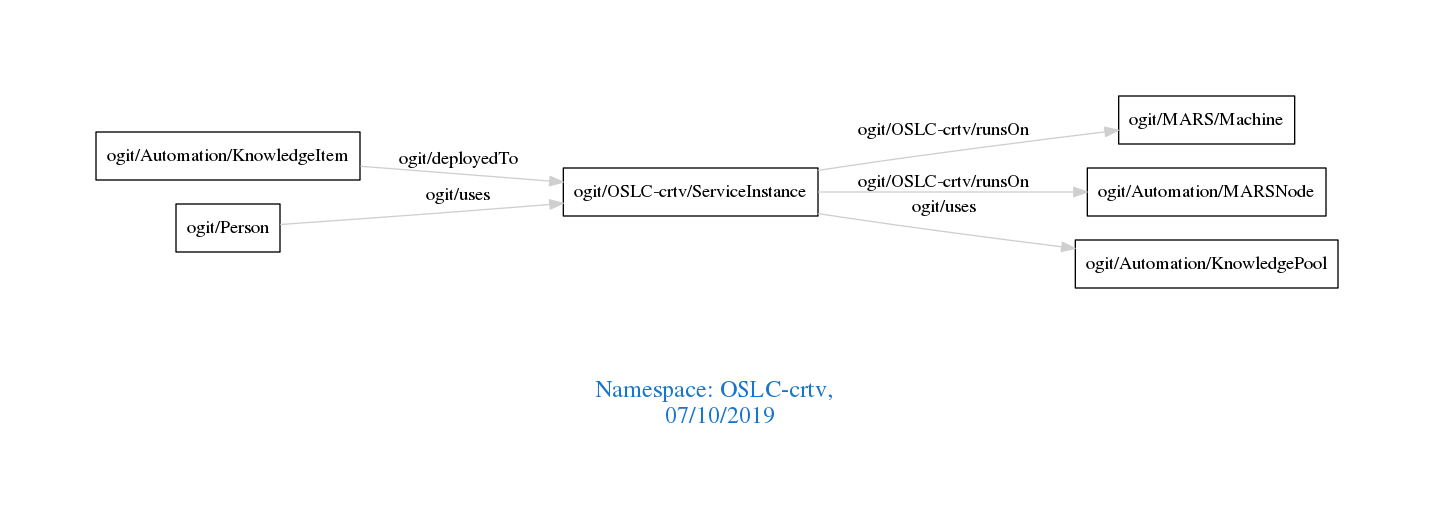
Earlier version of the Graphviz export downloads/OSLC-crtv.png (arago/OGIT). Its source is kept beside it as downloads/OSLC-crtv.dot.
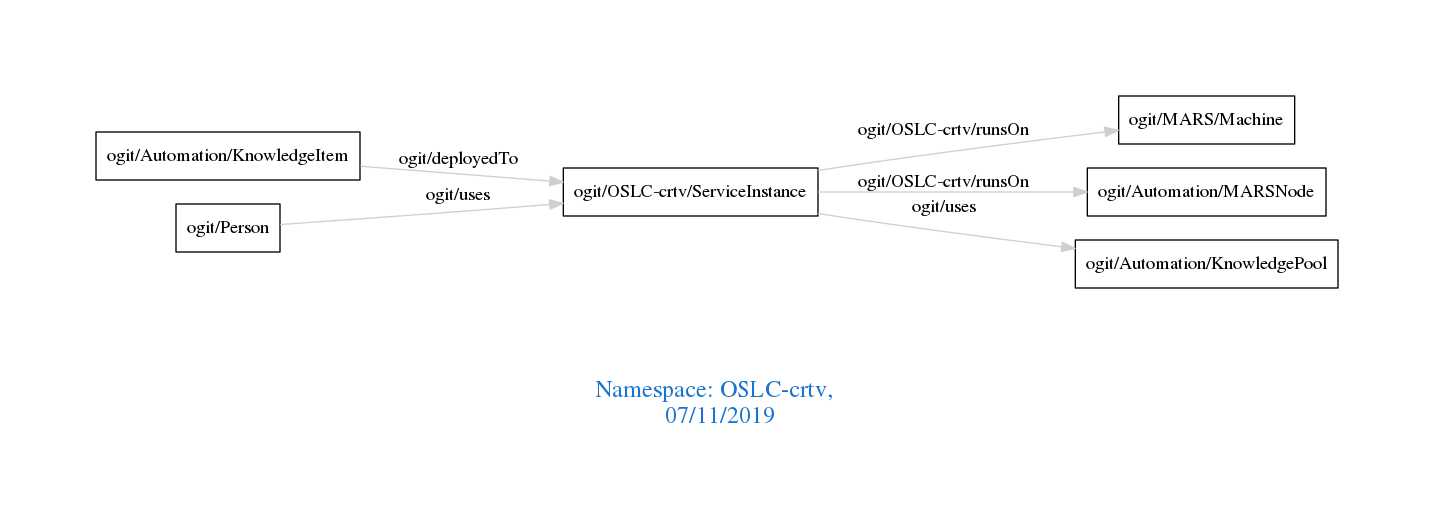
After the commit.

Diff of the diagram source:
```diff
@@ -1,7 +1,7 @@
 digraph OGIT_ontology {
  graph [ rankdir= LR,pad=1
 fontsize = 18,
-fontcolor= dodgerblue3,label = "\n\n\nNamespace: OSLC-crtv, \n 07/10/2019"];
+fontcolor= dodgerblue3,label = "\n\n\nNamespace: OSLC-crtv, \n 07/11/2019"];
 node[shape=polygon];
 edge [  color="gray81"];
 
```
